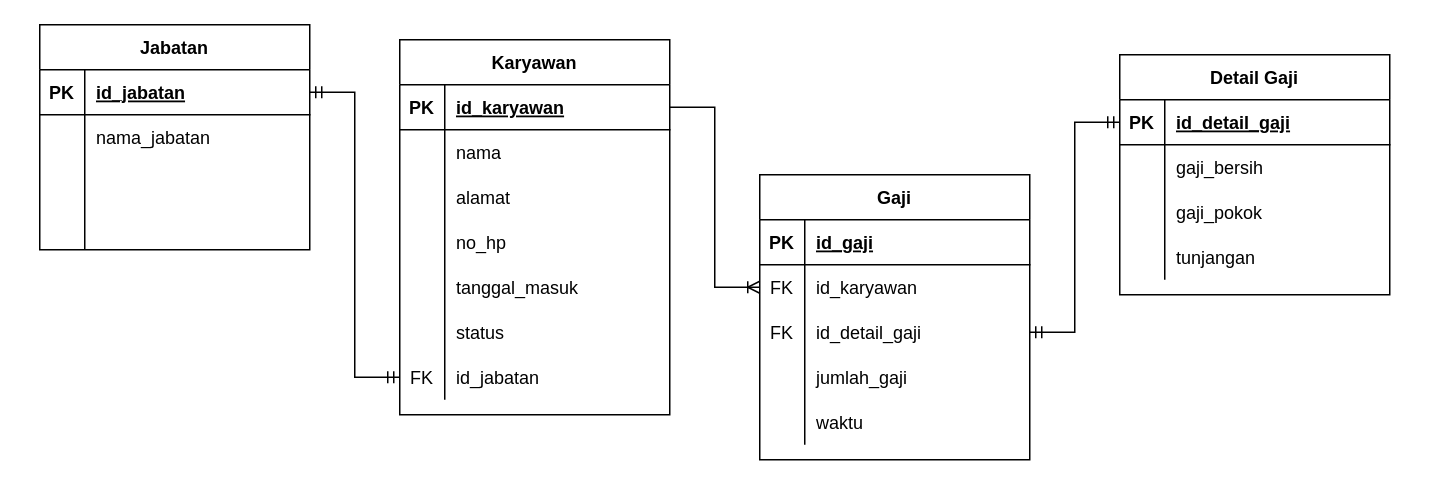
Above: pertemuan7./Karyawan.drawio in salmanfazz/IF214002 (draw.io), before the change. Source tidied: cells renumbered, new cells numbered last; positions are measured from the earlier drawing's top-left corner, leaving out a move shared by most shapes. Both pictures are drawn from the tidied source at 150%, with x=0, y=0 at pixel (39, 24).
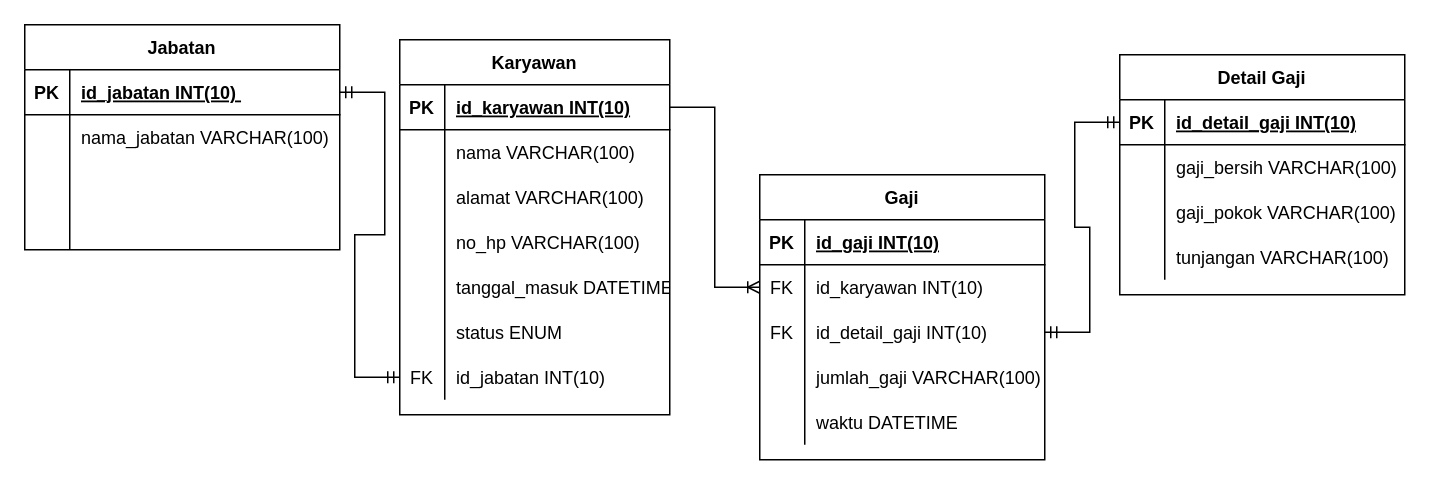
Above is the later version.

Unchanged cells that the change refers to:
```xml
<mxCell id="3" style="shape=tableRow;horizontal=0;startSize=0;swimlaneHead=0;swimlaneBody=0;fillColor=none;points=[[0,0.5],[1,0.5]];portConstraint=eastwest;top=0;left=0;right=0;bottom=1;" parent="2" vertex="1">
  <mxGeometry y="30" width="180" height="30" as="geometry" />
</mxCell>
<mxCell id="6" style="shape=tableRow;horizontal=0;startSize=0;swimlaneHead=0;swimlaneBody=0;fillColor=none;top=0;left=0;right=0;bottom=0;" parent="2" vertex="1">
  <mxGeometry y="60" width="180" height="30" as="geometry" />
</mxCell>
<mxCell id="9" style="shape=tableRow;horizontal=0;startSize=0;swimlaneHead=0;swimlaneBody=0;fillColor=none;top=0;left=0;right=0;bottom=0;" parent="2" vertex="1">
  <mxGeometry y="90" width="180" height="30" as="geometry" />
</mxCell>
<mxCell id="12" style="shape=tableRow;horizontal=0;startSize=0;swimlaneHead=0;swimlaneBody=0;fillColor=none;top=0;left=0;right=0;bottom=0;" parent="2" vertex="1">
  <mxGeometry y="120" width="180" height="30" as="geometry" />
</mxCell>
<mxCell id="15" style="shape=tableRow;horizontal=0;startSize=0;swimlaneHead=0;swimlaneBody=0;fillColor=none;top=0;left=0;right=0;bottom=0;" parent="2" vertex="1">
  <mxGeometry y="150" width="180" height="30" as="geometry" />
</mxCell>
<mxCell id="18" style="shape=tableRow;horizontal=0;startSize=0;swimlaneHead=0;swimlaneBody=0;fillColor=none;top=0;left=0;right=0;bottom=0;" parent="2" vertex="1">
  <mxGeometry y="180" width="180" height="30" as="geometry" />
</mxCell>
<mxCell id="21" style="shape=tableRow;horizontal=0;startSize=0;swimlaneHead=0;swimlaneBody=0;fillColor=none;points=[[0,0.5],[1,0.5]];portConstraint=eastwest;top=0;left=0;right=0;bottom=0;" parent="2" vertex="1">
  <mxGeometry y="210" width="180" height="30" as="geometry" />
</mxCell>
```

Change to the diagram source:
```diff
@@
-    <mxCell id="5" value="id_karyawan" style="shape=partialRectangle;fillColor=none;top=0;left=0;bottom=0;right=0;align=left;spacingLeft=6;fontStyle=5;overflow=hidden;" parent="3" vertex="1">
+    <mxCell id="5" value="id_karyawan INT(10)" style="shape=partialRectangle;fillColor=none;top=0;left=0;bottom=0;right=0;align=left;spacingLeft=6;fontStyle=5;overflow=hidden;" parent="3" vertex="1">
       <mxGeometry x="30" width="150" height="30" as="geometry" />
     </mxCell>
@@
-    <mxCell id="8" value="nama" style="shape=partialRectangle;fillColor=none;top=0;left=0;bottom=0;right=0;align=left;spacingLeft=6;overflow=hidden;" parent="6" vertex="1">
+    <mxCell id="8" value="nama VARCHAR(100)" style="shape=partialRectangle;fillColor=none;top=0;left=0;bottom=0;right=0;align=left;spacingLeft=6;overflow=hidden;" parent="6" vertex="1">
       <mxGeometry x="30" width="150" height="30" as="geometry" />
     </mxCell>
@@
-    <mxCell id="11" value="alamat" style="shape=partialRectangle;fillColor=none;top=0;left=0;bottom=0;right=0;align=left;spacingLeft=6;overflow=hidden;" parent="9" vertex="1">
+    <mxCell id="11" value="alamat VARCHAR(100)" style="shape=partialRectangle;fillColor=none;top=0;left=0;bottom=0;right=0;align=left;spacingLeft=6;overflow=hidden;" parent="9" vertex="1">
       <mxGeometry x="30" width="150" height="30" as="geometry" />
     </mxCell>
@@
-    <mxCell id="14" value="no_hp" style="shape=partialRectangle;fillColor=none;top=0;left=0;bottom=0;right=0;align=left;spacingLeft=6;overflow=hidden;" parent="12" vertex="1">
+    <mxCell id="14" value="no_hp VARCHAR(100)" style="shape=partialRectangle;fillColor=none;top=0;left=0;bottom=0;right=0;align=left;spacingLeft=6;overflow=hidden;" parent="12" vertex="1">
       <mxGeometry x="30" width="150" height="30" as="geometry" />
     </mxCell>
@@
-    <mxCell id="17" value="tanggal_masuk" style="shape=partialRectangle;fillColor=none;top=0;left=0;bottom=0;right=0;align=left;spacingLeft=6;overflow=hidden;" parent="15" vertex="1">
+    <mxCell id="17" value="tanggal_masuk DATETIME" style="shape=partialRectangle;fillColor=none;top=0;left=0;bottom=0;right=0;align=left;spacingLeft=6;overflow=hidden;" parent="15" vertex="1">
       <mxGeometry x="30" width="150" height="30" as="geometry" />
     </mxCell>
@@
-    <mxCell id="20" value="status" style="shape=partialRectangle;fillColor=none;top=0;left=0;bottom=0;right=0;align=left;spacingLeft=6;overflow=hidden;" parent="18" vertex="1">
+    <mxCell id="20" value="status ENUM" style="shape=partialRectangle;fillColor=none;top=0;left=0;bottom=0;right=0;align=left;spacingLeft=6;overflow=hidden;" parent="18" vertex="1">
       <mxGeometry x="30" width="150" height="30" as="geometry" />
     </mxCell>
@@
-    <mxCell id="23" value="id_jabatan" style="shape=partialRectangle;fillColor=none;top=0;left=0;bottom=0;right=0;align=left;spacingLeft=6;overflow=hidden;" parent="21" vertex="1">
+    <mxCell id="23" value="id_jabatan INT(10)" style="shape=partialRectangle;fillColor=none;top=0;left=0;bottom=0;right=0;align=left;spacingLeft=6;overflow=hidden;" parent="21" vertex="1">
       <mxGeometry x="30" width="150" height="30" as="geometry" />
     </mxCell>
     <mxCell id="24" value="Gaji" style="shape=table;startSize=30;childLayout=tableLayout;rowLines=0;fontStyle=1;align=center;" parent="1" vertex="1">
-      <mxGeometry x="480" y="100" width="180" height="190" as="geometry" />
+      <mxGeometry x="480" y="100" width="190" height="190" as="geometry" />
     </mxCell>
     <mxCell id="25" style="shape=tableRow;horizontal=0;startSize=0;swimlaneHead=0;swimlaneBody=0;fillColor=none;top=0;left=0;right=0;bottom=1;" parent="24" vertex="1">
-      <mxGeometry y="30" width="180" height="30" as="geometry" />
+      <mxGeometry y="30" width="190" height="30" as="geometry" />
     </mxCell>
@@
-    <mxCell id="27" value="id_gaji" style="shape=partialRectangle;fillColor=none;top=0;left=0;bottom=0;right=0;align=left;spacingLeft=6;fontStyle=5;overflow=hidden;" parent="25" vertex="1">
-      <mxGeometry x="30" width="150" height="30" as="geometry" />
+    <mxCell id="27" value="id_gaji INT(10)" style="shape=partialRectangle;fillColor=none;top=0;left=0;bottom=0;right=0;align=left;spacingLeft=6;fontStyle=5;overflow=hidden;" parent="25" vertex="1">
+      <mxGeometry x="30" width="160" height="30" as="geometry" />
     </mxCell>
     <mxCell id="28" style="shape=tableRow;horizontal=0;startSize=0;swimlaneHead=0;swimlaneBody=0;fillColor=none;points=[[0,0.5],[1,0.5]];portConstraint=eastwest;top=0;left=0;right=0;bottom=0;" parent="24" vertex="1">
-      <mxGeometry y="60" width="180" height="30" as="geometry" />
+      <mxGeometry y="60" width="190" height="30" as="geometry" />
     </mxCell>
@@
-    <mxCell id="30" value="id_karyawan" style="shape=partialRectangle;fillColor=none;top=0;left=0;bottom=0;right=0;align=left;spacingLeft=6;overflow=hidden;" parent="28" vertex="1">
-      <mxGeometry x="30" width="150" height="30" as="geometry" />
+    <mxCell id="30" value="id_karyawan INT(10)" style="shape=partialRectangle;fillColor=none;top=0;left=0;bottom=0;right=0;align=left;spacingLeft=6;overflow=hidden;" parent="28" vertex="1">
+      <mxGeometry x="30" width="160" height="30" as="geometry" />
     </mxCell>
     <mxCell id="31" style="shape=tableRow;horizontal=0;startSize=0;swimlaneHead=0;swimlaneBody=0;fillColor=none;points=[[0,0.5],[1,0.5]];portConstraint=eastwest;top=0;left=0;right=0;bottom=0;" parent="24" vertex="1">
-      <mxGeometry y="90" width="180" height="30" as="geometry" />
+      <mxGeometry y="90" width="190" height="30" as="geometry" />
     </mxCell>
@@
-    <mxCell id="33" value="id_detail_gaji" style="shape=partialRectangle;fillColor=none;top=0;left=0;bottom=0;right=0;align=left;spacingLeft=6;overflow=hidden;" parent="31" vertex="1">
-      <mxGeometry x="30" width="150" height="30" as="geometry" />
+    <mxCell id="33" value="id_detail_gaji INT(10)" style="shape=partialRectangle;fillColor=none;top=0;left=0;bottom=0;right=0;align=left;spacingLeft=6;overflow=hidden;" parent="31" vertex="1">
+      <mxGeometry x="30" width="160" height="30" as="geometry" />
     </mxCell>
     <mxCell id="34" style="shape=tableRow;horizontal=0;startSize=0;swimlaneHead=0;swimlaneBody=0;fillColor=none;top=0;left=0;right=0;bottom=0;" parent="24" vertex="1">
-      <mxGeometry y="120" width="180" height="30" as="geometry" />
+      <mxGeometry y="120" width="190" height="30" as="geometry" />
     </mxCell>
@@
-    <mxCell id="36" value="jumlah_gaji" style="shape=partialRectangle;fillColor=none;top=0;left=0;bottom=0;right=0;align=left;spacingLeft=6;overflow=hidden;" parent="34" vertex="1">
-      <mxGeometry x="30" width="150" height="30" as="geometry" />
+    <mxCell id="36" value="jumlah_gaji VARCHAR(100)" style="shape=partialRectangle;fillColor=none;top=0;left=0;bottom=0;right=0;align=left;spacingLeft=6;overflow=hidden;" parent="34" vertex="1">
+      <mxGeometry x="30" width="160" height="30" as="geometry" />
     </mxCell>
     <mxCell id="37" style="shape=tableRow;horizontal=0;startSize=0;swimlaneHead=0;swimlaneBody=0;fillColor=none;top=0;left=0;right=0;bottom=0;" parent="24" vertex="1">
-      <mxGeometry y="150" width="180" height="30" as="geometry" />
+      <mxGeometry y="150" width="190" height="30" as="geometry" />
     </mxCell>
@@
-    <mxCell id="39" value="waktu" style="shape=partialRectangle;fillColor=none;top=0;left=0;bottom=0;right=0;align=left;spacingLeft=6;overflow=hidden;" parent="37" vertex="1">
-      <mxGeometry x="30" width="150" height="30" as="geometry" />
+    <mxCell id="39" value="waktu DATETIME" style="shape=partialRectangle;fillColor=none;top=0;left=0;bottom=0;right=0;align=left;spacingLeft=6;overflow=hidden;" parent="37" vertex="1">
+      <mxGeometry x="30" width="160" height="30" as="geometry" />
     </mxCell>
     <mxCell id="40" value="Jabatan" style="shape=table;startSize=30;childLayout=tableLayout;rowLines=0;fontStyle=1;align=center;" parent="1" vertex="1">
-      <mxGeometry width="180" height="150" as="geometry" />
+      <mxGeometry x="-10" width="210" height="150" as="geometry" />
     </mxCell>
     <mxCell id="41" style="shape=tableRow;horizontal=0;startSize=0;swimlaneHead=0;swimlaneBody=0;fillColor=none;points=[[0,0.5],[1,0.5]];portConstraint=eastwest;top=0;left=0;right=0;bottom=1;" parent="40" vertex="1">
-      <mxGeometry y="30" width="180" height="30" as="geometry" />
+      <mxGeometry y="30" width="210" height="30" as="geometry" />
     </mxCell>
@@
-    <mxCell id="43" value="id_jabatan" style="shape=partialRectangle;fillColor=none;top=0;left=0;bottom=0;right=0;align=left;spacingLeft=6;fontStyle=5;overflow=hidden;" parent="41" vertex="1">
-      <mxGeometry x="30" width="150" height="30" as="geometry" />
+    <mxCell id="43" value="id_jabatan INT(10) " style="shape=partialRectangle;fillColor=none;top=0;left=0;bottom=0;right=0;align=left;spacingLeft=6;fontStyle=5;overflow=hidden;" parent="41" vertex="1">
+      <mxGeometry x="30" width="180" height="30" as="geometry" />
     </mxCell>
     <mxCell id="44" style="shape=tableRow;horizontal=0;startSize=0;swimlaneHead=0;swimlaneBody=0;fillColor=none;top=0;left=0;right=0;bottom=0;" parent="40" vertex="1">
-      <mxGeometry y="60" width="180" height="30" as="geometry" />
+      <mxGeometry y="60" width="210" height="30" as="geometry" />
     </mxCell>
@@
-    <mxCell id="46" value="nama_jabatan" style="shape=partialRectangle;fillColor=none;top=0;left=0;bottom=0;right=0;align=left;spacingLeft=6;overflow=hidden;" parent="44" vertex="1">
-      <mxGeometry x="30" width="150" height="30" as="geometry" />
+    <mxCell id="46" value="nama_jabatan VARCHAR(100)" style="shape=partialRectangle;fillColor=none;top=0;left=0;bottom=0;right=0;align=left;spacingLeft=6;overflow=hidden;" parent="44" vertex="1">
+      <mxGeometry x="30" width="180" height="30" as="geometry" />
     </mxCell>
     <mxCell id="47" style="shape=tableRow;horizontal=0;startSize=0;swimlaneHead=0;swimlaneBody=0;fillColor=none;top=0;left=0;right=0;bottom=0;" parent="40" vertex="1">
-      <mxGeometry y="90" width="180" height="30" as="geometry" />
+      <mxGeometry y="90" width="210" height="30" as="geometry" />
     </mxCell>
@@
     <mxCell id="49" style="shape=partialRectangle;fillColor=none;top=0;left=0;bottom=0;right=0;align=left;spacingLeft=6;overflow=hidden;" parent="47" vertex="1">
-      <mxGeometry x="30" width="150" height="30" as="geometry" />
+      <mxGeometry x="30" width="180" height="30" as="geometry" />
     </mxCell>
     <mxCell id="50" style="shape=tableRow;horizontal=0;startSize=0;swimlaneHead=0;swimlaneBody=0;fillColor=none;top=0;left=0;right=0;bottom=0;" parent="40" vertex="1">
-      <mxGeometry y="120" width="180" height="30" as="geometry" />
+      <mxGeometry y="120" width="210" height="30" as="geometry" />
     </mxCell>
@@
     <mxCell id="52" style="shape=partialRectangle;fillColor=none;top=0;left=0;bottom=0;right=0;align=left;spacingLeft=6;overflow=hidden;" parent="50" vertex="1">
-      <mxGeometry x="30" width="150" height="30" as="geometry" />
+      <mxGeometry x="30" width="180" height="30" as="geometry" />
     </mxCell>
@@
     <mxCell id="54" value="Detail Gaji" style="shape=table;startSize=30;childLayout=tableLayout;rowLines=0;fontStyle=1;align=center;" parent="1" vertex="1">
-      <mxGeometry x="720" y="20" width="180" height="160" as="geometry" />
+      <mxGeometry x="720" y="20" width="190" height="160" as="geometry" />
     </mxCell>
     <mxCell id="55" style="shape=tableRow;horizontal=0;startSize=0;swimlaneHead=0;swimlaneBody=0;fillColor=none;points=[[0,0.5],[1,0.5]];portConstraint=eastwest;top=0;left=0;right=0;bottom=1;" parent="54" vertex="1">
-      <mxGeometry y="30" width="180" height="30" as="geometry" />
+      <mxGeometry y="30" width="190" height="30" as="geometry" />
     </mxCell>
@@
-    <mxCell id="57" value="id_detail_gaji" style="shape=partialRectangle;fillColor=none;top=0;left=0;bottom=0;right=0;align=left;spacingLeft=6;fontStyle=5;overflow=hidden;" parent="55" vertex="1">
-      <mxGeometry x="30" width="150" height="30" as="geometry" />
+    <mxCell id="57" value="id_detail_gaji INT(10)" style="shape=partialRectangle;fillColor=none;top=0;left=0;bottom=0;right=0;align=left;spacingLeft=6;fontStyle=5;overflow=hidden;" parent="55" vertex="1">
+      <mxGeometry x="30" width="160" height="30" as="geometry" />
     </mxCell>
     <mxCell id="58" style="shape=tableRow;horizontal=0;startSize=0;swimlaneHead=0;swimlaneBody=0;fillColor=none;top=0;left=0;right=0;bottom=0;" parent="54" vertex="1">
-      <mxGeometry y="60" width="180" height="30" as="geometry" />
+      <mxGeometry y="60" width="190" height="30" as="geometry" />
     </mxCell>
@@
-    <mxCell id="60" value="gaji_bersih" style="shape=partialRectangle;fillColor=none;top=0;left=0;bottom=0;right=0;align=left;spacingLeft=6;overflow=hidden;" parent="58" vertex="1">
-      <mxGeometry x="30" width="150" height="30" as="geometry" />
+    <mxCell id="60" value="gaji_bersih VARCHAR(100)" style="shape=partialRectangle;fillColor=none;top=0;left=0;bottom=0;right=0;align=left;spacingLeft=6;overflow=hidden;" parent="58" vertex="1">
+      <mxGeometry x="30" width="160" height="30" as="geometry" />
     </mxCell>
     <mxCell id="61" style="shape=tableRow;horizontal=0;startSize=0;swimlaneHead=0;swimlaneBody=0;fillColor=none;top=0;left=0;right=0;bottom=0;" parent="54" vertex="1">
-      <mxGeometry y="90" width="180" height="30" as="geometry" />
+      <mxGeometry y="90" width="190" height="30" as="geometry" />
     </mxCell>
@@
-    <mxCell id="63" value="gaji_pokok" style="shape=partialRectangle;fillColor=none;top=0;left=0;bottom=0;right=0;align=left;spacingLeft=6;overflow=hidden;" parent="61" vertex="1">
-      <mxGeometry x="30" width="150" height="30" as="geometry" />
+    <mxCell id="63" value="gaji_pokok VARCHAR(100)" style="shape=partialRectangle;fillColor=none;top=0;left=0;bottom=0;right=0;align=left;spacingLeft=6;overflow=hidden;" parent="61" vertex="1">
+      <mxGeometry x="30" width="160" height="30" as="geometry" />
     </mxCell>
     <mxCell id="64" style="shape=tableRow;horizontal=0;startSize=0;swimlaneHead=0;swimlaneBody=0;fillColor=none;top=0;left=0;right=0;bottom=0;" parent="54" vertex="1">
-      <mxGeometry y="120" width="180" height="30" as="geometry" />
+      <mxGeometry y="120" width="190" height="30" as="geometry" />
     </mxCell>
@@
-    <mxCell id="66" value="tunjangan" style="shape=partialRectangle;fillColor=none;top=0;left=0;bottom=0;right=0;align=left;spacingLeft=6;overflow=hidden;" parent="64" vertex="1">
-      <mxGeometry x="30" width="150" height="30" as="geometry" />
+    <mxCell id="66" value="tunjangan VARCHAR(100)" style="shape=partialRectangle;fillColor=none;top=0;left=0;bottom=0;right=0;align=left;spacingLeft=6;overflow=hidden;" parent="64" vertex="1">
+      <mxGeometry x="30" width="160" height="30" as="geometry" />
     </mxCell>
```
